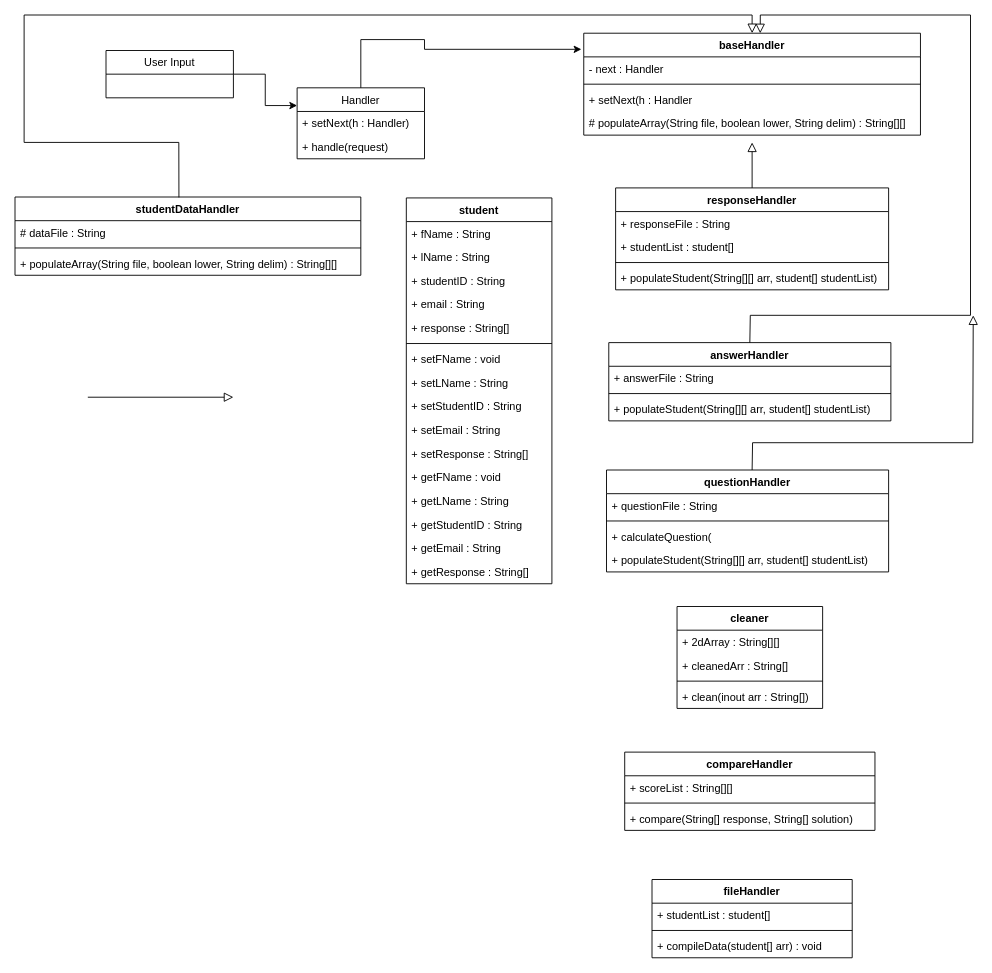
Earlier version of the draw.io diagram Untitled Diagram.drawio (335689832/Refactoring_AnswerCheck_GW_NC_SH). Source tidied: cells renumbered, new cells numbered last; positions are measured from the earlier drawing's top-left corner, leaving out a move shared by most shapes. Both pictures are drawn from the tidied source at 91%, with x=0, y=0 at pixel (15, 15).
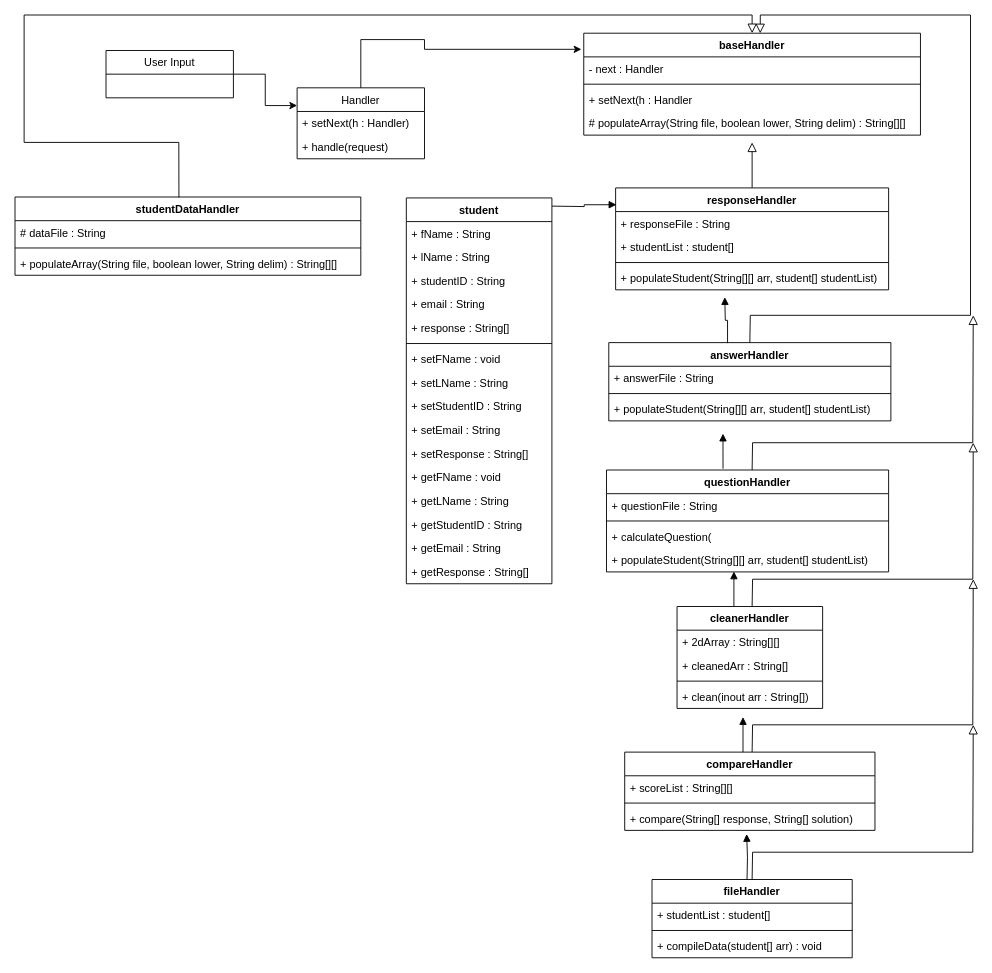
Above is the later version.

Unchanged cells that the change refers to:
```xml
<mxCell id="13" value="responseHandler" style="swimlane;fontStyle=1;align=center;verticalAlign=top;horizontal=1;startSize=26;" parent="1" vertex="1">
  <mxGeometry x="660" y="190" width="300" height="112" as="geometry" />
</mxCell>
<mxCell id="18" value="answerHandler" style="swimlane;fontStyle=1;align=center;verticalAlign=top;horizontal=1;startSize=26;" parent="1" vertex="1">
  <mxGeometry x="652.5" y="360" width="310" height="86" as="geometry" />
</mxCell>
<mxCell id="22" value="questionHandler" style="swimlane;fontStyle=1;align=center;verticalAlign=top;horizontal=1;startSize=26;" parent="1" vertex="1">
  <mxGeometry x="650" y="500" width="310" height="112" as="geometry" />
</mxCell>
```

The edit, as a diff of the source:
```diff
@@
+    <mxCell id="66" style="endArrow=block;endFill=1;html=1;edgeStyle=orthogonalEdgeStyle;align=left;verticalAlign=top;rounded=0;entryX=0.003;entryY=0.165;entryDx=0;entryDy=0;entryPerimeter=0;" parent="13" edge="1" target="13">
+      <mxGeometry x="-1" relative="1" as="geometry">
+        <mxPoint x="-70" y="20" as="sourcePoint" />
+      </mxGeometry>
+    </mxCell>
@@
-    <mxCell id="35" value="cleaner" style="swimlane;fontStyle=1;align=center;verticalAlign=top;horizontal=1;startSize=26;" parent="1" vertex="1">
+    <mxCell id="35" value="cleanerHandler" style="swimlane;fontStyle=1;align=center;verticalAlign=top;horizontal=1;startSize=26;" parent="1" vertex="1">
       <mxGeometry x="727.5" y="650" width="160" height="112" as="geometry" />
     </mxCell>
@@
-    <mxCell id="64" style="endArrow=block;html=1;rounded=0;align=center;verticalAlign=bottom;endFill=0;labelBackgroundColor=none;endSize=8;" parent="1" edge="1">
-      <mxGeometry relative="1" as="geometry">
-        <mxPoint x="80" y="420" as="sourcePoint" />
-        <mxPoint x="240" y="420" as="targetPoint" />
-      </mxGeometry>
-    </mxCell>
@@
+    <mxCell id="67" style="endArrow=block;endFill=1;html=1;edgeStyle=orthogonalEdgeStyle;align=left;verticalAlign=top;rounded=0;exitX=0.421;exitY=0.006;exitDx=0;exitDy=0;exitPerimeter=0;" parent="1" edge="1" source="18">
+      <mxGeometry x="-1" relative="1" as="geometry">
+        <mxPoint x="780" y="310" as="targetPoint" />
+      </mxGeometry>
+    </mxCell>
+    <mxCell id="68" style="endArrow=block;endFill=1;html=1;edgeStyle=orthogonalEdgeStyle;align=left;verticalAlign=top;rounded=0;exitX=0.413;exitY=-0.013;exitDx=0;exitDy=0;exitPerimeter=0;" parent="1" edge="1" source="22">
+      <mxGeometry x="-1" relative="1" as="geometry">
+        <mxPoint x="778" y="460" as="targetPoint" />
+      </mxGeometry>
+    </mxCell>
+    <mxCell id="69" style="endArrow=block;endFill=1;html=1;edgeStyle=orthogonalEdgeStyle;align=left;verticalAlign=top;rounded=0;exitX=0.413;exitY=-0.013;exitDx=0;exitDy=0;exitPerimeter=0;" parent="1" edge="1">
+      <mxGeometry x="-1" relative="1" as="geometry">
+        <mxPoint x="790" y="650" as="sourcePoint" />
+        <mxPoint x="790" y="611.5" as="targetPoint" />
+      </mxGeometry>
+    </mxCell>
+    <mxCell id="70" style="endArrow=block;endFill=1;html=1;edgeStyle=orthogonalEdgeStyle;align=left;verticalAlign=top;rounded=0;exitX=0.413;exitY=-0.013;exitDx=0;exitDy=0;exitPerimeter=0;" parent="1" edge="1">
+      <mxGeometry x="-1" relative="1" as="geometry">
+        <mxPoint x="800" y="810" as="sourcePoint" />
+        <mxPoint x="800" y="771.5" as="targetPoint" />
+      </mxGeometry>
+    </mxCell>
+    <mxCell id="71" style="endArrow=block;endFill=1;html=1;edgeStyle=orthogonalEdgeStyle;align=left;verticalAlign=top;rounded=0;exitX=0.413;exitY=-0.013;exitDx=0;exitDy=0;exitPerimeter=0;" parent="1" edge="1">
+      <mxGeometry x="-1" relative="1" as="geometry">
+        <mxPoint x="804.4" y="950" as="sourcePoint" />
+        <mxPoint x="804" y="900" as="targetPoint" />
+      </mxGeometry>
+    </mxCell>
+    <mxCell id="72" style="endArrow=block;html=1;rounded=0;align=center;verticalAlign=bottom;endFill=0;labelBackgroundColor=none;endSize=8;exitX=0.5;exitY=0;exitDx=0;exitDy=0;" parent="1" edge="1">
+      <mxGeometry relative="1" as="geometry">
+        <mxPoint x="810" y="650" as="sourcePoint" />
+        <mxPoint x="1053" y="470" as="targetPoint" />
+        <Array as="points">
+          <mxPoint x="810.5" y="620" />
+          <mxPoint x="1052.5" y="620" />
+        </Array>
+      </mxGeometry>
+    </mxCell>
+    <mxCell id="73" style="endArrow=block;html=1;rounded=0;align=center;verticalAlign=bottom;endFill=0;labelBackgroundColor=none;endSize=8;exitX=0.5;exitY=0;exitDx=0;exitDy=0;" parent="1" edge="1">
+      <mxGeometry relative="1" as="geometry">
+        <mxPoint x="810" y="810" as="sourcePoint" />
+        <mxPoint x="1053" y="620" as="targetPoint" />
+        <Array as="points">
+          <mxPoint x="810.5" y="780" />
+          <mxPoint x="1052.5" y="780" />
+        </Array>
+      </mxGeometry>
+    </mxCell>
+    <mxCell id="74" style="endArrow=block;html=1;rounded=0;align=center;verticalAlign=bottom;endFill=0;labelBackgroundColor=none;endSize=8;exitX=0.5;exitY=0;exitDx=0;exitDy=0;" parent="1" edge="1">
+      <mxGeometry relative="1" as="geometry">
+        <mxPoint x="810" y="950" as="sourcePoint" />
+        <mxPoint x="1053" y="780" as="targetPoint" />
+        <Array as="points">
+          <mxPoint x="810.5" y="920" />
+          <mxPoint x="1052.5" y="920" />
+        </Array>
+      </mxGeometry>
+    </mxCell>
```
